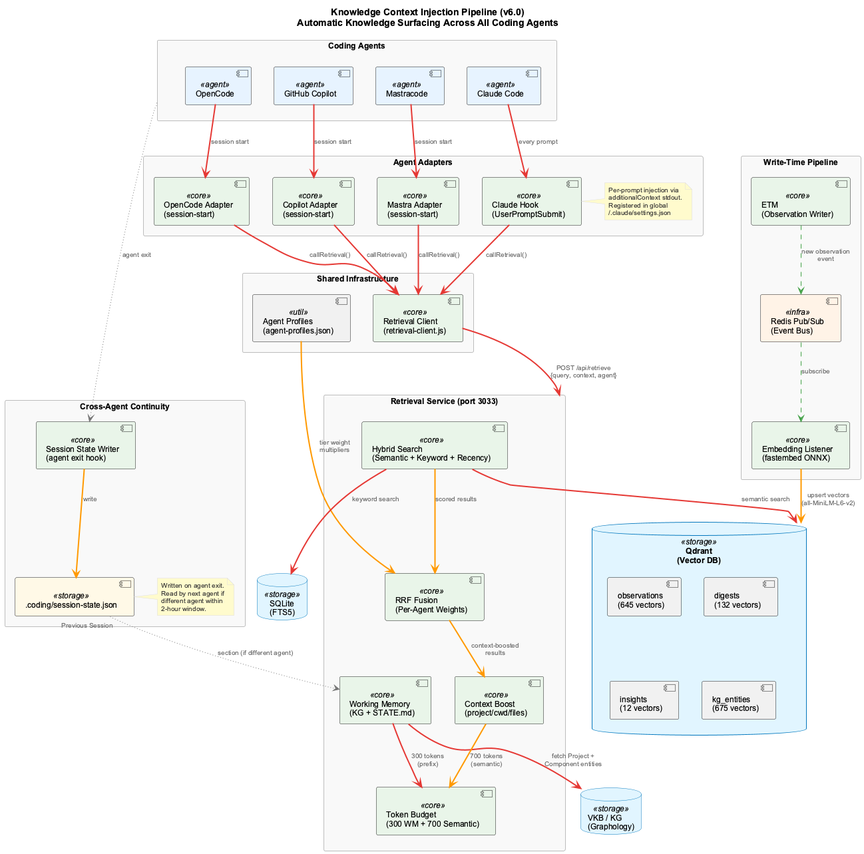
This is docs/images/knowledge-context-injection.png from fwornle/coding, a PlantUML export, as it was before one commit. Its diagram source:
```plantuml
@startuml knowledge-context-injection
!include _standard-style.puml

title Knowledge Context Injection Pipeline (v6.0)\nAutomatic Knowledge Surfacing Across All Coding Agents

top to bottom direction

rectangle "Coding Agents" as AGENTS {
  [Claude Code] <<agent>> as CLAUDE
  [OpenCode] <<agent>> as OPENCODE
  [GitHub Copilot] <<agent>> as COPILOT
  [Mastracode] <<agent>> as MASTRA
}

rectangle "Agent Adapters" as ADAPTERS {
  component "Claude Hook\n(UserPromptSubmit)" <<core>> as CLAUDE_HOOK
  component "OpenCode Adapter\n(session-start)" <<core>> as OC_ADAPTER
  component "Copilot Adapter\n(session-start)" <<core>> as CP_ADAPTER
  component "Mastra Adapter\n(session-start)" <<core>> as MA_ADAPTER

  note right of CLAUDE_HOOK
    Per-prompt injection via
    additionalContext stdout.
    Registered in global
    ~/.claude/settings.json
  end note
}

rectangle "Shared Infrastructure" as SHARED {
  component "Retrieval Client\n(retrieval-client.js)" <<core>> as CLIENT
  component "Agent Profiles\n(agent-profiles.json)" <<util>> as PROFILES
}

rectangle "Retrieval Service (port 3033)" as RETRIEVAL {
  component "Working Memory\n(KG + STATE.md)" <<core>> as WM
  component "Hybrid Search\n(Semantic + Keyword + Recency)" <<core>> as SEARCH
  component "RRF Fusion\n(Per-Agent Weights)" <<core>> as FUSION
  component "Token Budget\n(300 WM + 700 Semantic)" <<core>> as BUDGET
  component "Context Boost\n(project/cwd/files)" <<core>> as BOOST
}

database "Qdrant\n(Vector DB)" <<storage>> as QDRANT {
  [observations\n(645 vectors)]
  [digests\n(132 vectors)]
  [insights\n(12 vectors)]
  [kg_entities\n(675 vectors)]
}

database "SQLite\n(FTS5)" <<storage>> as SQLITE

database "VKB / KG\n(Graphology)" <<storage>> as KG

rectangle "Write-Time Pipeline" as WRITE {
  component "ETM\n(Observation Writer)" <<core>> as ETM
  component "Redis Pub/Sub\n(Event Bus)" <<infra>> as REDIS
  component "Embedding Listener\n(fastembed ONNX)" <<core>> as EMBEDDER
}

rectangle "Cross-Agent Continuity" as CONTINUITY {
  component "Session State Writer\n(agent exit hook)" <<core>> as STATE_WRITER
  component ".coding/session-state.json" <<storage>> as STATE_FILE

  note right of STATE_FILE
    Written on agent exit.
    Read by next agent if
    different agent within
    2-hour window.
  end note
}

CLAUDE SYNC_LINE CLAUDE_HOOK : every prompt
OPENCODE SYNC_LINE OC_ADAPTER : session start
COPILOT SYNC_LINE CP_ADAPTER : session start
MASTRA SYNC_LINE MA_ADAPTER : session start

CLAUDE_HOOK SYNC_LINE CLIENT : callRetrieval()
OC_ADAPTER SYNC_LINE CLIENT : callRetrieval()
CP_ADAPTER SYNC_LINE CLIENT : callRetrieval()
MA_ADAPTER SYNC_LINE CLIENT : callRetrieval()

CLIENT SYNC_LINE RETRIEVAL : POST /api/retrieve\n{query, context, agent}
PROFILES DATA_LINE FUSION : tier weight\nmultipliers

WM SYNC_LINE KG : fetch Project +\nComponent entities
WM SYNC_LINE BUDGET : 300 tokens\n(prefix)
SEARCH SYNC_LINE QDRANT : semantic search
SEARCH SYNC_LINE SQLITE : keyword search
SEARCH DATA_LINE FUSION : scored results
FUSION DATA_LINE BOOST : context-boosted\nresults
BOOST DATA_LINE BUDGET : 700 tokens\n(semantic)

ETM ASYNC_LINE REDIS : new observation\nevent
REDIS ASYNC_LINE EMBEDDER : subscribe
EMBEDDER DATA_LINE QDRANT : upsert vectors\n(all-MiniLM-L6-v2)

AGENTS -[#757575,thickness=1,dotted]-> STATE_WRITER : agent exit
STATE_WRITER DATA_LINE STATE_FILE : write
STATE_FILE OPTIONAL_LINE WM : "Previous Session"\nsection (if different agent)

@enduml
```
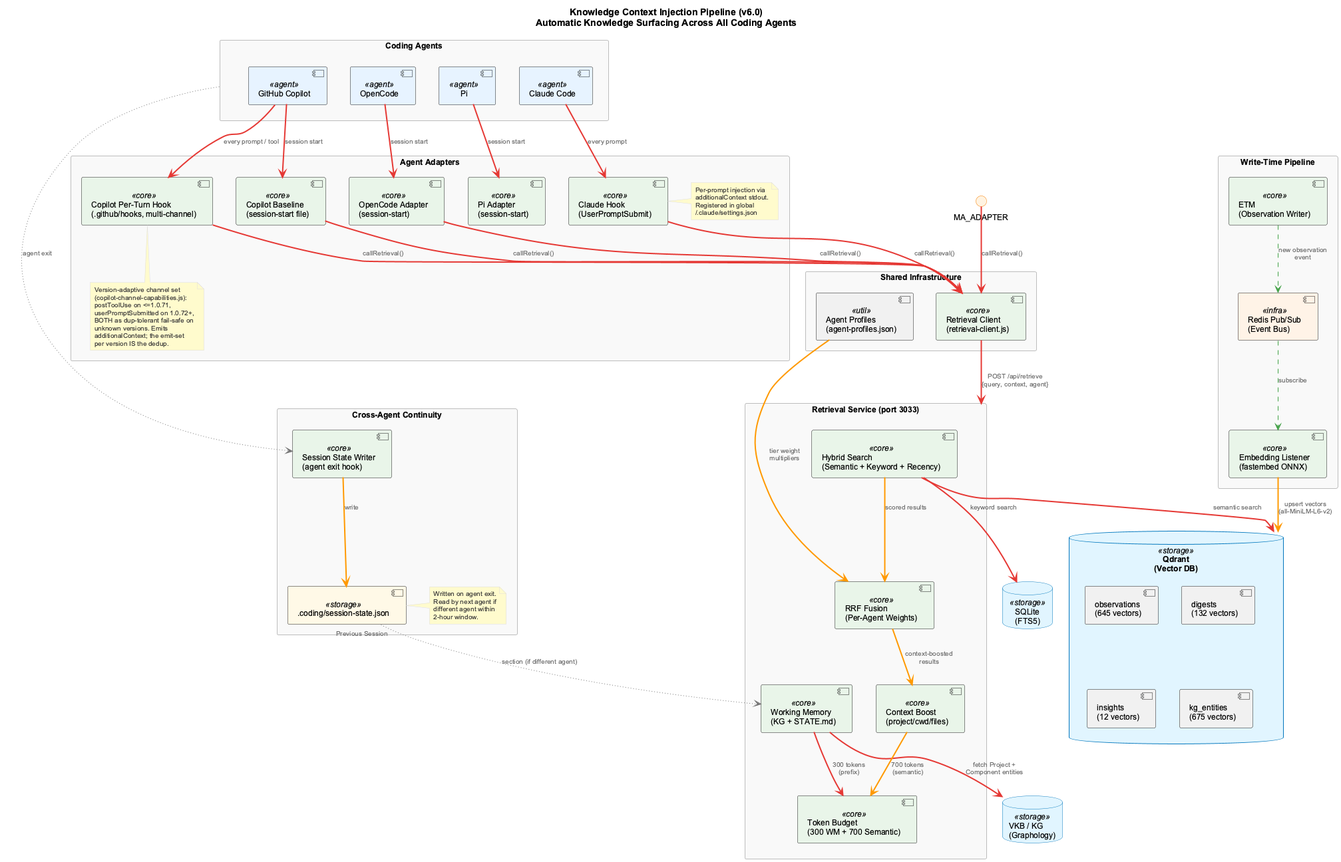
Later version of the same file.

Change to the diagram source:
```diff
@@ -9,20 +9,32 @@
   [Claude Code] <<agent>> as CLAUDE
   [OpenCode] <<agent>> as OPENCODE
   [GitHub Copilot] <<agent>> as COPILOT
-  [Mastracode] <<agent>> as MASTRA
+  [Pi] <<agent>> as PI
 }
 
 rectangle "Agent Adapters" as ADAPTERS {
   component "Claude Hook\n(UserPromptSubmit)" <<core>> as CLAUDE_HOOK
   component "OpenCode Adapter\n(session-start)" <<core>> as OC_ADAPTER
-  component "Copilot Adapter\n(session-start)" <<core>> as CP_ADAPTER
-  component "Mastra Adapter\n(session-start)" <<core>> as MA_ADAPTER
+  component "Copilot Baseline\n(session-start file)" <<core>> as CP_ADAPTER
+  component "Copilot Per-Turn Hook\n(.github/hooks, multi-channel)" <<core>> as CP_HOOK
+  component "Pi Adapter\n(session-start)" <<core>> as PI_ADAPTER
 
   note right of CLAUDE_HOOK
     Per-prompt injection via
     additionalContext stdout.
     Registered in global
     ~/.claude/settings.json
+  end note
+
+  note bottom of CP_HOOK
+    Version-adaptive channel set
+    (copilot-channel-capabilities.js):
+    postToolUse on <=1.0.71,
+    userPromptSubmitted on 1.0.72+,
+    BOTH as dup-tolerant fail-safe on
+    unknown versions. Emits
+    additionalContext; the emit-set
+    per version IS the dedup.
   end note
 }
 
@@ -71,11 +83,13 @@
 CLAUDE SYNC_LINE CLAUDE_HOOK : every prompt
 OPENCODE SYNC_LINE OC_ADAPTER : session start
 COPILOT SYNC_LINE CP_ADAPTER : session start
-MASTRA SYNC_LINE MA_ADAPTER : session start
+COPILOT SYNC_LINE CP_HOOK : every prompt / tool
+PI SYNC_LINE PI_ADAPTER : session start
 
 CLAUDE_HOOK SYNC_LINE CLIENT : callRetrieval()
 OC_ADAPTER SYNC_LINE CLIENT : callRetrieval()
 CP_ADAPTER SYNC_LINE CLIENT : callRetrieval()
+CP_HOOK SYNC_LINE CLIENT : callRetrieval()
 MA_ADAPTER SYNC_LINE CLIENT : callRetrieval()
 
 CLIENT SYNC_LINE RETRIEVAL : POST /api/retrieve\n{query, context, agent}
```
